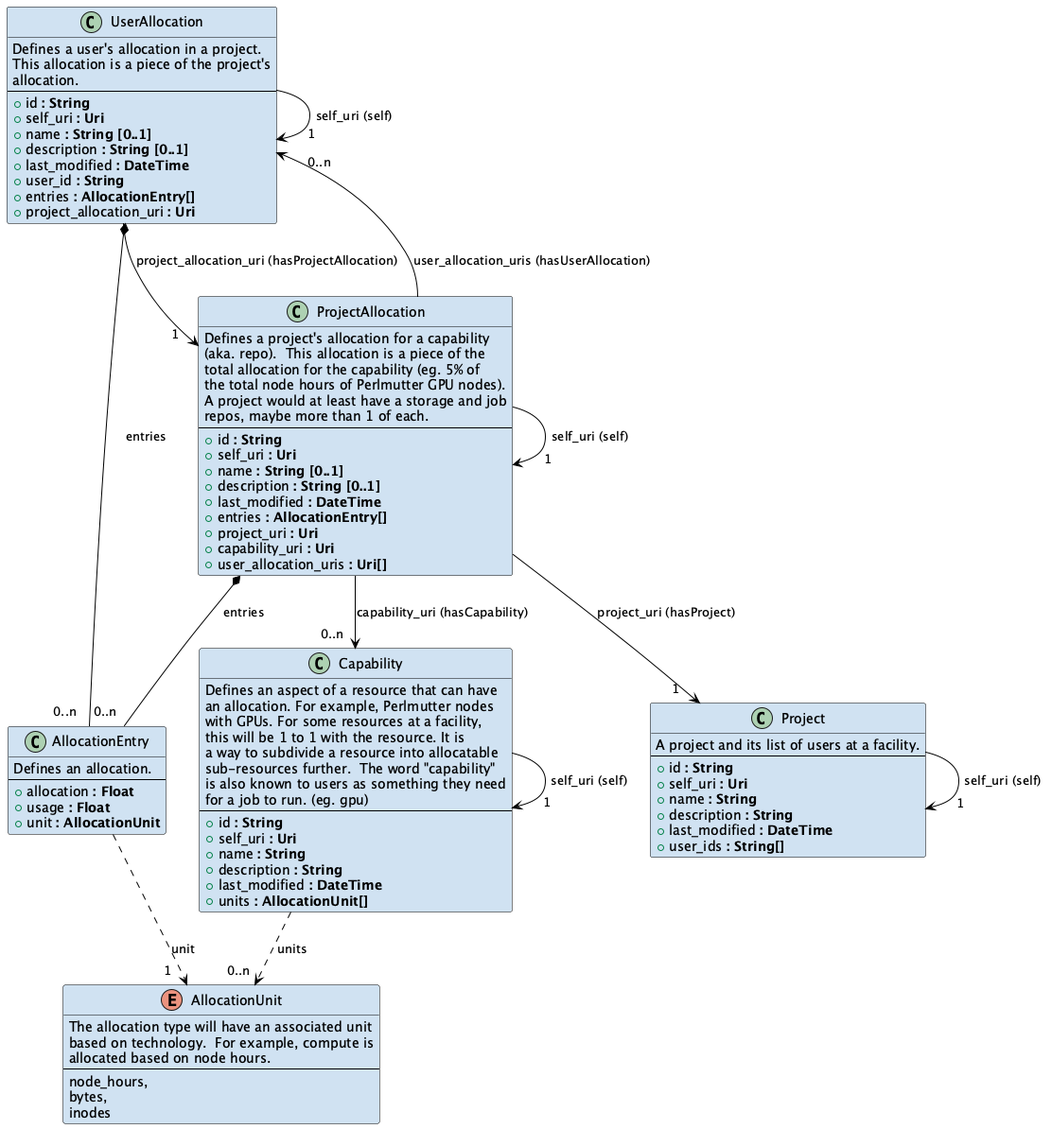
Above: specification/images/allocation-model.png in doe-iri/iri-facility-api-docs (PlantUML), before the change.
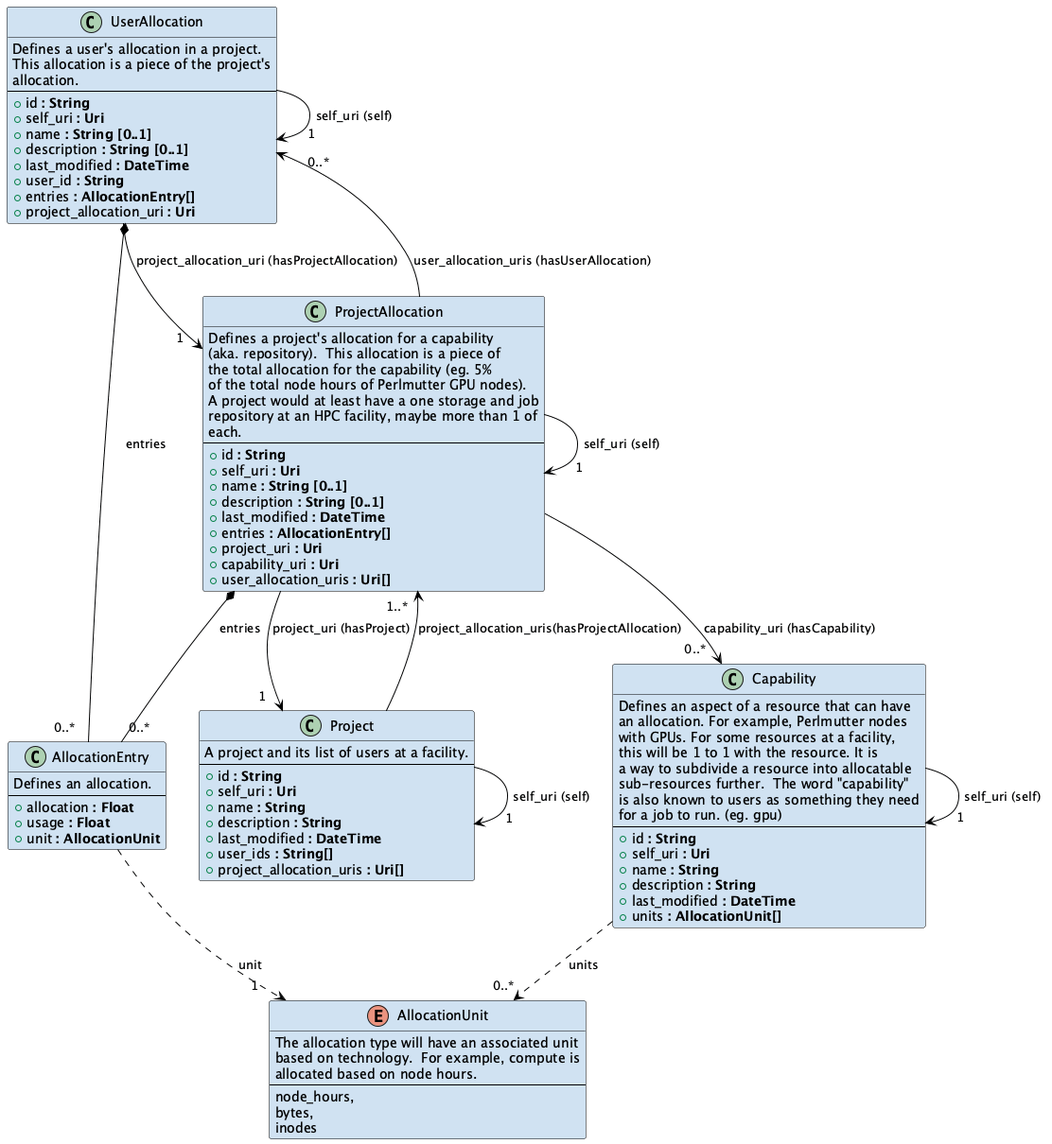
After the change.

What changed in the source:
```diff
@@ -44,7 +44,7 @@
   + unit <b>: AllocationUnit</b>
 }
 
-Capability ..> "0..n  " AllocationUnit : units
+Capability ..> "0..*  " AllocationUnit : units
 AllocationEntry ..> "1   " AllocationUnit : unit
 
 class UserAllocation {
@@ -63,7 +63,7 @@
 }
 
 UserAllocation --> "      1" UserAllocation : self_uri (self)
-UserAllocation *-- "0..n   " AllocationEntry : "  entries"
+UserAllocation *-- "0..*   " AllocationEntry : "  entries"
 
 class Project {
   A project and its list of users at a facility.
@@ -74,17 +74,19 @@
   + description <b>: String</b>
   + last_modified <b>: DateTime</b>
   + user_ids <b>: String[]</b>
+  + project_allocation_uris <b>: Uri[]</b>
 }
 
 Project --> "      1" Project : self_uri (self)
 
 class ProjectAllocation {
   Defines a project's allocation for a capability
-  (aka. repo).  This allocation is a piece of the
-  total allocation for the capability (eg. 5% of
-  the total node hours of Perlmutter GPU nodes).
-  A project would at least have a storage and job
-  repos, maybe more than 1 of each.
+  (aka. repository).  This allocation is a piece of
+  the total allocation for the capability (eg. 5%
+  of the total node hours of Perlmutter GPU nodes).
+  A project would at least have a one storage and job
+  repository at an HPC facility, maybe more than 1 of
+  each.
 ---
   + id <b>: String</b>
   + self_uri <b>: Uri</b>
@@ -98,10 +100,11 @@
 }
 
 ProjectAllocation --> "      1" ProjectAllocation : self_uri (self)
-ProjectAllocation *-- "0..n   " AllocationEntry : "  entries"
+ProjectAllocation *-- "0..*   " AllocationEntry : "  entries"
 ProjectAllocation --> "1   " Project : project_uri (hasProject)
-ProjectAllocation --> "      0..n" UserAllocation : user_allocation_uris (hasUserAllocation)
-ProjectAllocation --> "0..n   " Capability : capability_uri (hasCapability)
+ProjectAllocation --> "      0..*" UserAllocation : user_allocation_uris (hasUserAllocation)
+ProjectAllocation --> "0..*   " Capability : capability_uri (hasCapability)
 UserAllocation --> "1   " ProjectAllocation : project_allocation_uri (hasProjectAllocation)
+Project --> "1..*   " ProjectAllocation : project_allocation_uris(hasProjectAllocation)
 
 @enduml
```
